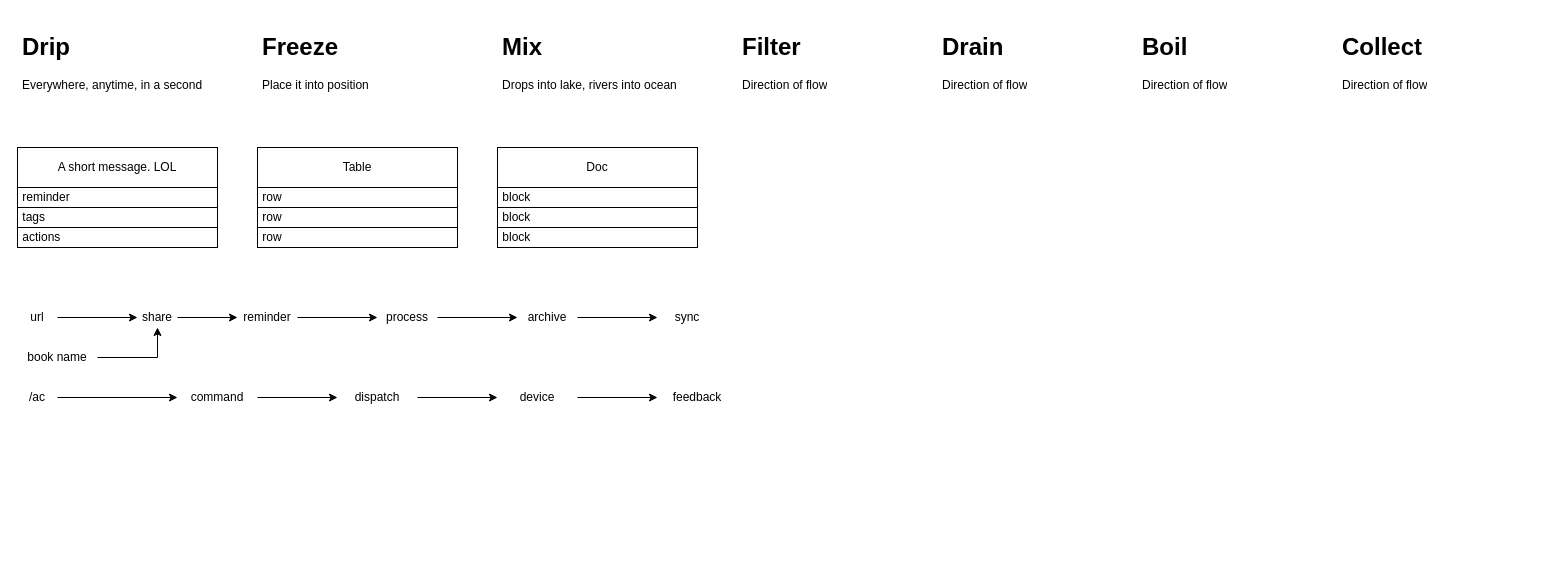
Above: product/h2o.drawio in kleon1024/draw (draw.io), before the change. Source tidied: cells renumbered, new cells numbered last; positions are measured from the earlier drawing's top-left corner, leaving out a move shared by most shapes. Both pictures are drawn from the tidied source at 100%, with x=0, y=0 at pixel (17, 27).
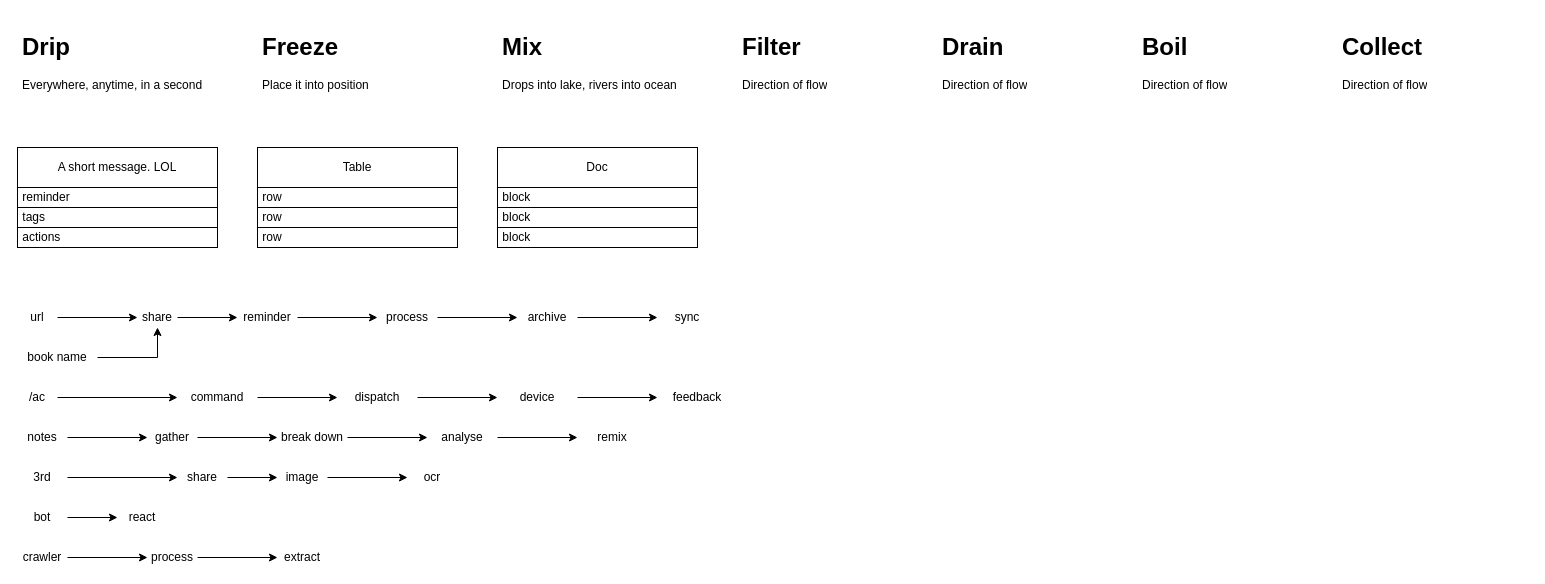
Above is the later version.

Diff of the diagram source:
```diff
@@
+    <mxCell id="43" style="edgeStyle=orthogonalEdgeStyle;rounded=0;jettySize=auto;html=1;" parent="1" edge="1" source="44" target="46">
+      <mxGeometry relative="1" as="geometry" />
+    </mxCell>
+    <mxCell id="44" value="notes" style="text;html=1;strokeColor=none;fillColor=none;align=center;verticalAlign=middle;whiteSpace=wrap;rounded=0;" parent="1" vertex="1">
+      <mxGeometry y="400" width="50" height="20" as="geometry" />
+    </mxCell>
+    <mxCell id="45" style="edgeStyle=orthogonalEdgeStyle;rounded=0;jettySize=auto;html=1;" parent="1" edge="1" source="46" target="48">
+      <mxGeometry relative="1" as="geometry" />
+    </mxCell>
+    <mxCell id="46" value="gather" style="text;html=1;strokeColor=none;fillColor=none;align=center;verticalAlign=middle;whiteSpace=wrap;rounded=0;" parent="1" vertex="1">
+      <mxGeometry x="130" y="400" width="50" height="20" as="geometry" />
+    </mxCell>
+    <mxCell id="47" style="edgeStyle=orthogonalEdgeStyle;rounded=0;jettySize=auto;html=1;" parent="1" edge="1" source="48" target="50">
+      <mxGeometry relative="1" as="geometry" />
+    </mxCell>
+    <mxCell id="48" value="break down" style="text;html=1;strokeColor=none;fillColor=none;align=center;verticalAlign=middle;whiteSpace=wrap;rounded=0;" parent="1" vertex="1">
+      <mxGeometry x="260" y="400" width="70" height="20" as="geometry" />
+    </mxCell>
+    <mxCell id="49" style="edgeStyle=orthogonalEdgeStyle;rounded=0;jettySize=auto;html=1;" parent="1" edge="1" source="50" target="51">
+      <mxGeometry relative="1" as="geometry" />
+    </mxCell>
+    <mxCell id="50" value="analyse" style="text;html=1;strokeColor=none;fillColor=none;align=center;verticalAlign=middle;whiteSpace=wrap;rounded=0;" parent="1" vertex="1">
+      <mxGeometry x="410" y="400" width="70" height="20" as="geometry" />
+    </mxCell>
+    <mxCell id="51" value="remix" style="text;html=1;strokeColor=none;fillColor=none;align=center;verticalAlign=middle;whiteSpace=wrap;rounded=0;" parent="1" vertex="1">
+      <mxGeometry x="560" y="400" width="70" height="20" as="geometry" />
+    </mxCell>
+    <mxCell id="52" style="edgeStyle=orthogonalEdgeStyle;rounded=0;jettySize=auto;html=1;" parent="1" edge="1" source="53" target="55">
+      <mxGeometry relative="1" as="geometry" />
+    </mxCell>
+    <mxCell id="53" value="3rd" style="text;html=1;strokeColor=none;fillColor=none;align=center;verticalAlign=middle;whiteSpace=wrap;rounded=0;" parent="1" vertex="1">
+      <mxGeometry y="440" width="50" height="20" as="geometry" />
+    </mxCell>
+    <mxCell id="54" style="edgeStyle=orthogonalEdgeStyle;rounded=0;jettySize=auto;html=1;" parent="1" edge="1" source="55" target="57">
+      <mxGeometry relative="1" as="geometry" />
+    </mxCell>
+    <mxCell id="55" value="share" style="text;html=1;strokeColor=none;fillColor=none;align=center;verticalAlign=middle;whiteSpace=wrap;rounded=0;" parent="1" vertex="1">
+      <mxGeometry x="160" y="440" width="50" height="20" as="geometry" />
+    </mxCell>
+    <mxCell id="56" style="edgeStyle=orthogonalEdgeStyle;rounded=0;jettySize=auto;html=1;" parent="1" edge="1" source="57" target="58">
+      <mxGeometry relative="1" as="geometry" />
+    </mxCell>
+    <mxCell id="57" value="image" style="text;html=1;strokeColor=none;fillColor=none;align=center;verticalAlign=middle;whiteSpace=wrap;rounded=0;" parent="1" vertex="1">
+      <mxGeometry x="260" y="440" width="50" height="20" as="geometry" />
+    </mxCell>
+    <mxCell id="58" value="ocr" style="text;html=1;strokeColor=none;fillColor=none;align=center;verticalAlign=middle;whiteSpace=wrap;rounded=0;" parent="1" vertex="1">
+      <mxGeometry x="390" y="440" width="50" height="20" as="geometry" />
+    </mxCell>
+    <mxCell id="59" style="edgeStyle=orthogonalEdgeStyle;rounded=0;jettySize=auto;html=1;" parent="1" edge="1" source="60" target="61">
+      <mxGeometry relative="1" as="geometry" />
+    </mxCell>
+    <mxCell id="60" value="bot" style="text;html=1;strokeColor=none;fillColor=none;align=center;verticalAlign=middle;whiteSpace=wrap;rounded=0;" parent="1" vertex="1">
+      <mxGeometry y="480" width="50" height="20" as="geometry" />
+    </mxCell>
+    <mxCell id="61" value="react" style="text;html=1;strokeColor=none;fillColor=none;align=center;verticalAlign=middle;whiteSpace=wrap;rounded=0;" parent="1" vertex="1">
+      <mxGeometry x="100" y="480" width="50" height="20" as="geometry" />
+    </mxCell>
+    <mxCell id="62" style="edgeStyle=orthogonalEdgeStyle;rounded=0;jettySize=auto;html=1;" parent="1" edge="1" source="63" target="65">
+      <mxGeometry relative="1" as="geometry" />
+    </mxCell>
+    <mxCell id="63" value="crawler" style="text;html=1;strokeColor=none;fillColor=none;align=center;verticalAlign=middle;whiteSpace=wrap;rounded=0;" parent="1" vertex="1">
+      <mxGeometry y="520" width="50" height="20" as="geometry" />
+    </mxCell>
+    <mxCell id="64" style="edgeStyle=orthogonalEdgeStyle;rounded=0;jettySize=auto;html=1;" parent="1" edge="1" source="65" target="66">
+      <mxGeometry relative="1" as="geometry" />
+    </mxCell>
+    <mxCell id="65" value="process" style="text;html=1;strokeColor=none;fillColor=none;align=center;verticalAlign=middle;whiteSpace=wrap;rounded=0;" parent="1" vertex="1">
+      <mxGeometry x="130" y="520" width="50" height="20" as="geometry" />
+    </mxCell>
+    <mxCell id="66" value="extract" style="text;html=1;strokeColor=none;fillColor=none;align=center;verticalAlign=middle;whiteSpace=wrap;rounded=0;" parent="1" vertex="1">
+      <mxGeometry x="260" y="520" width="50" height="20" as="geometry" />
+    </mxCell>
```
